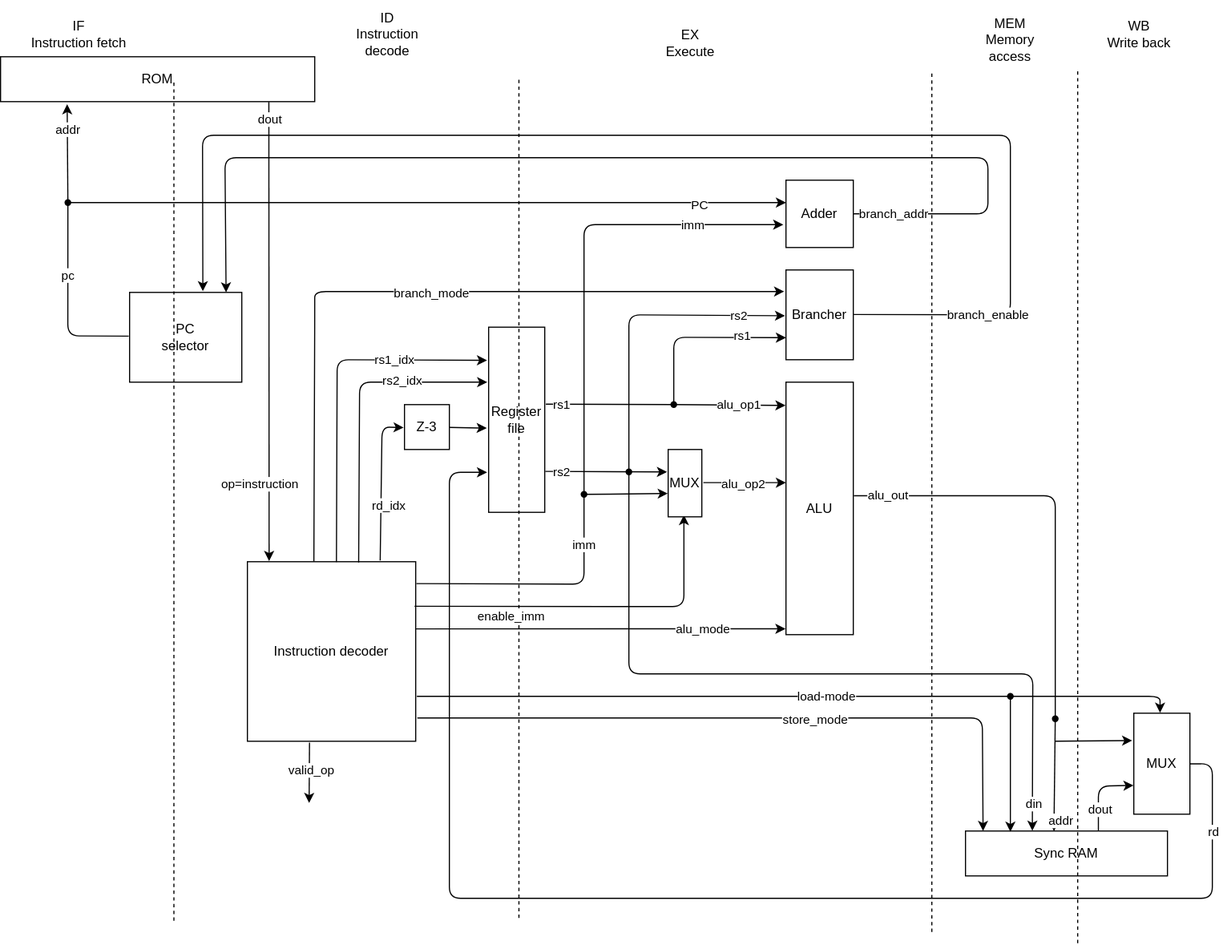
This is doc/diagram.drawio.svg from ncotti/riscotti-v, a draw.io export, as it was before one commit. Source tidied: cells renumbered, new cells last; positions are measured from the earlier drawing's top-left corner, leaving out a move shared by most shapes.
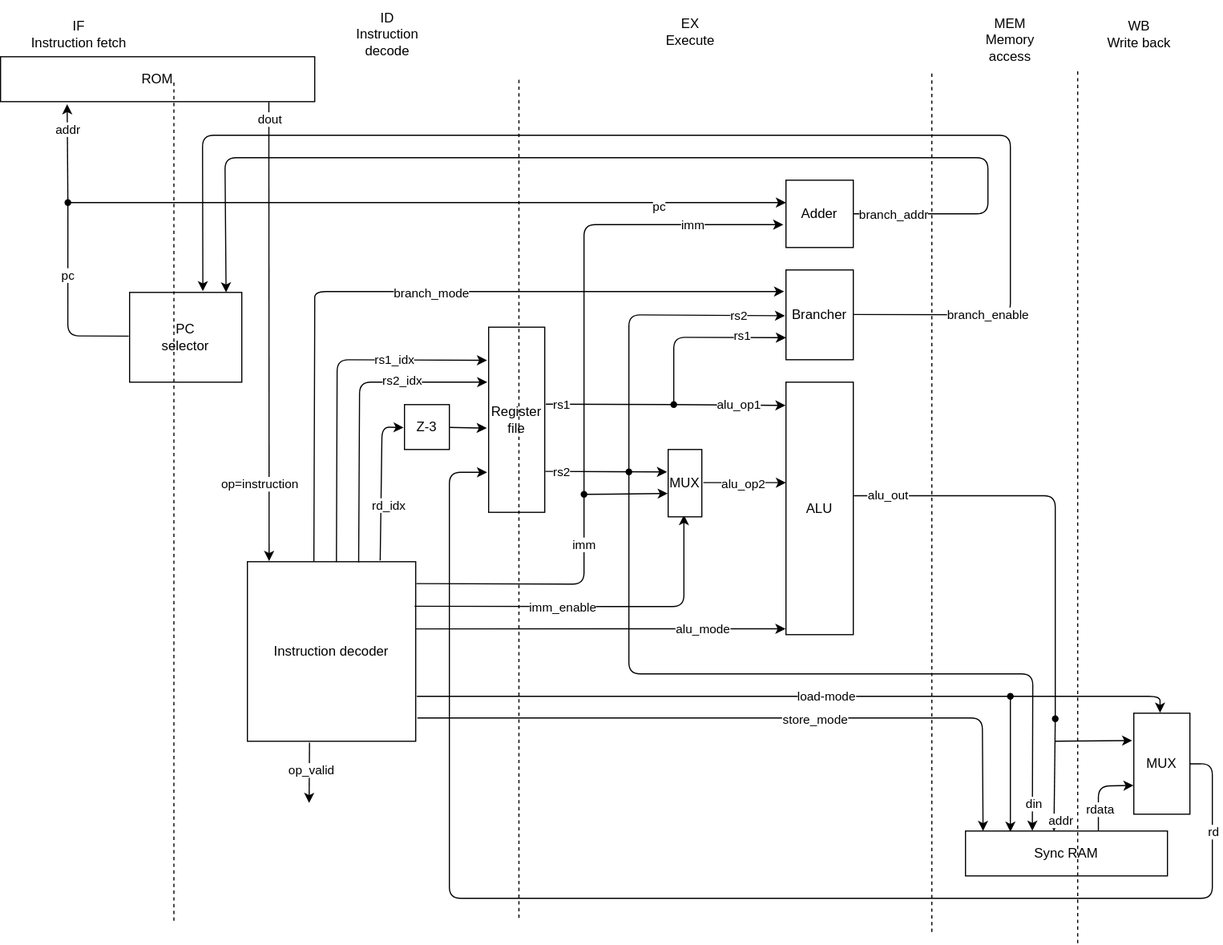
The same file after the commit.

What changed in the source:
```diff
@@ -15,7 +15,7 @@
       <mxGeometry x="310" width="70" height="60" as="geometry" />
     </mxCell>
     <mxCell id="6" value="&lt;div&gt;EX&lt;/div&gt;Execute" style="text;html=1;whiteSpace=wrap;strokeColor=none;fillColor=none;align=center;verticalAlign=middle;rounded=0;" parent="1" vertex="1">
-      <mxGeometry x="580" y="15" width="70" height="45" as="geometry" />
+      <mxGeometry x="580" y="5" width="70" height="45" as="geometry" />
     </mxCell>
     <mxCell id="7" value="&lt;div&gt;MEM&lt;/div&gt;&lt;div&gt;Memory access&lt;/div&gt;" style="text;html=1;whiteSpace=wrap;strokeColor=none;fillColor=none;align=center;verticalAlign=middle;rounded=0;" parent="1" vertex="1">
       <mxGeometry x="870" y="20" width="60" height="30" as="geometry" />
@@ -109,9 +109,9 @@
         </Array>
       </mxGeometry>
     </mxCell>
-    <mxCell id="26" value="enable_imm" style="edgeLabel;html=1;align=center;verticalAlign=middle;" parent="25" vertex="1">
+    <mxCell id="26" value="imm_enable" style="edgeLabel;html=1;align=center;verticalAlign=middle;" parent="25" vertex="1">
       <mxGeometry x="0.55" y="-3" relative="1" as="geometry">
-        <mxPoint x="-158" y="18" as="offset" />
+        <mxPoint x="-112" y="10" as="offset" />
       </mxGeometry>
     </mxCell>
     <mxCell id="27" style="endArrow=classic;html=1;exitX=1.01;exitY=0.87;exitDx=0;exitDy=0;exitPerimeter=0;entryX=0.087;entryY=-0.001;entryDx=0;entryDy=0;entryPerimeter=0;" parent="1" edge="1" source="4" target="14">
@@ -159,9 +159,9 @@
         </Array>
       </mxGeometry>
     </mxCell>
-    <mxCell id="36" value="PC" style="edgeLabel;html=1;align=center;verticalAlign=middle;" parent="35" vertex="1">
-      <mxGeometry x="0.76" y="-2" relative="1" as="geometry" />
-    </mxCell>
+    <mxCell id="91" value="pc" style="edgeLabel;html=1;align=center;verticalAlign=middle;inheritText=1;" parent="35" vertex="1">
+      <mxGeometry x="0.64" y="-4" relative="1" as="geometry" />
+    </mxCell>
     <mxCell id="37" style="shape=waypoint;sketch=0;fillStyle=solid;size=6;points=[];fillColor=none;perimeter=centerPerimeter;snapToPoint=1;" parent="1" vertex="1">
       <mxGeometry x="50" y="170" width="20" height="20" as="geometry" />
     </mxCell>
@@ -399,7 +399,7 @@
         </Array>
       </mxGeometry>
     </mxCell>
-    <mxCell id="84" value="dout" style="edgeLabel;html=1;align=center;verticalAlign=middle;" parent="83" vertex="1">
+    <mxCell id="84" value="rdata" style="edgeLabel;html=1;align=center;verticalAlign=middle;" parent="83" vertex="1">
       <mxGeometry x="-0.46" y="-1" relative="1" as="geometry" />
     </mxCell>
     <mxCell id="85" style="edgeStyle=none;html=1;exitX=1.007;exitY=0.75;exitDx=0;exitDy=0;exitPerimeter=0;endArrow=none;endFill=0;" parent="1" edge="1" source="4" target="88">
@@ -423,7 +423,7 @@
         <mxPoint x="275" y="715" as="targetPoint" />
       </mxGeometry>
     </mxCell>
-    <mxCell id="90" value="valid_op" style="edgeLabel;html=1;align=center;verticalAlign=middle;" parent="89" vertex="1">
+    <mxCell id="90" value="op_valid" style="edgeLabel;html=1;align=center;verticalAlign=middle;" parent="89" vertex="1">
       <mxGeometry x="-0.1" y="1" relative="1" as="geometry" />
     </mxCell>
   </root>
```
